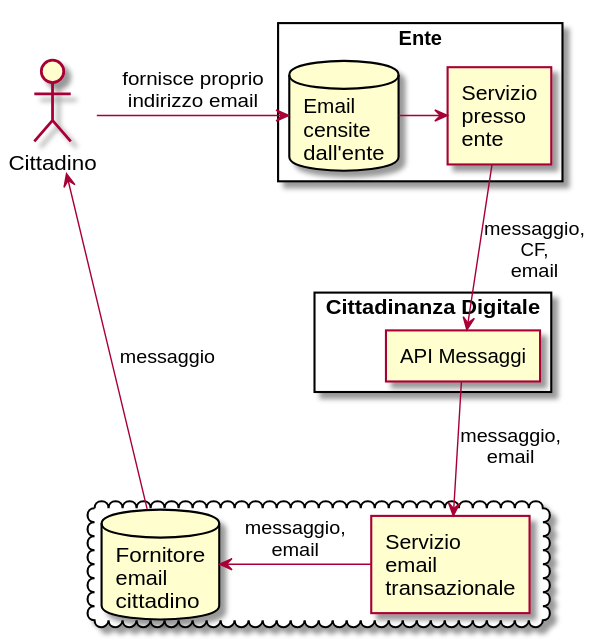
This is gdpr/diagrams/messaggio-default_email-noprofile.svg from pagopa-archive/io, a PlantUML export, as it was before one commit.
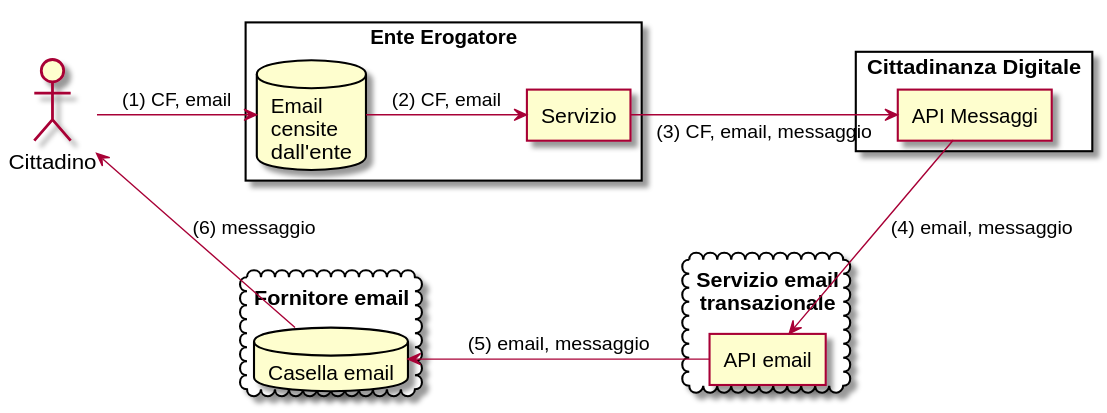
The same diagram one commit later.

Diff of the diagram source:
```diff
@@ -1,7 +1,7 @@
 @startuml
 
-rectangle Ente {
-  agent "Servizio\npresso\nente" as ente
+rectangle "Ente Erogatore" {
+  agent "Servizio" as ente
   database "Email\ncensite\ndall'ente" as emaildb
 }
 
@@ -9,24 +9,26 @@
   agent "API Messaggi" as apimessaggi
 }
 
-cloud {
-  agent "Servizio\nemail\ntransazionale" as txemail
-  database "Fornitore\nemail\ncittadino" as emailprovider
+cloud "Servizio email\ntransazionale\n" {
+  agent "API email" as txemail
 }
 
+cloud "Fornitore email\n" {
+  database "Casella email" as emailprovider
+}
 
 :Cittadino: as cittadino
 
-cittadino -> emaildb : fornisce proprio\nindirizzo email
+cittadino -> emaildb : (1) CF, email
 
-emaildb -> ente
+emaildb -> ente : (2) CF, email
 
-ente --> apimessaggi : messaggio,\nCF,\nemail
+ente -> apimessaggi : (3) CF, email, messaggio
 
-apimessaggi --> txemail : messaggio,\nemail
+apimessaggi -down-> txemail : (4) email, messaggio
 
-txemail -> emailprovider : messaggio,\nemail
+txemail -left-> emailprovider : (5) email, messaggio
 
-emailprovider -> cittadino : messaggio
+emailprovider -up-> cittadino : (6) messaggio
 
 @enduml
```
